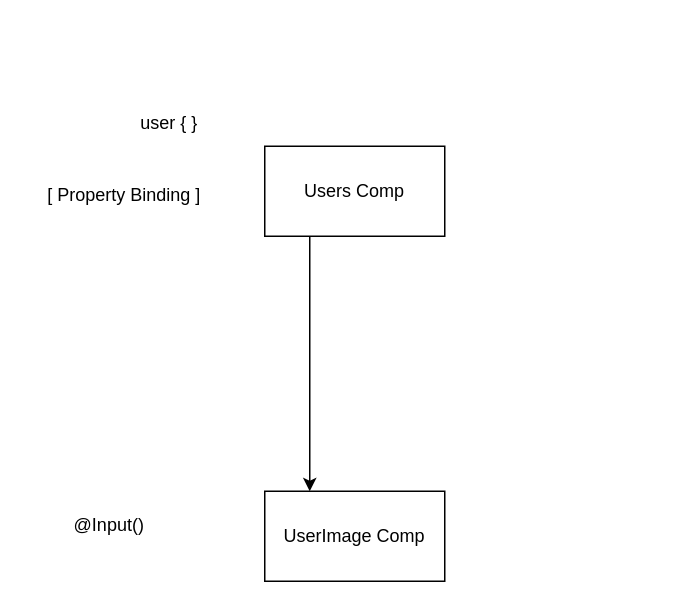
Before: page "Page-4" (4 of 4) of refs/ng-diagrams.drawio in synergy2411/dec-24-ng, a draw.io diagram. Source tidied: cells renumbered, new cells numbered last; positions are measured from the earlier drawing's top-left corner, leaving out a move shared by most shapes. Both pictures are drawn from the tidied source at 150%, with x=0, y=0 at pixel (26, 100).
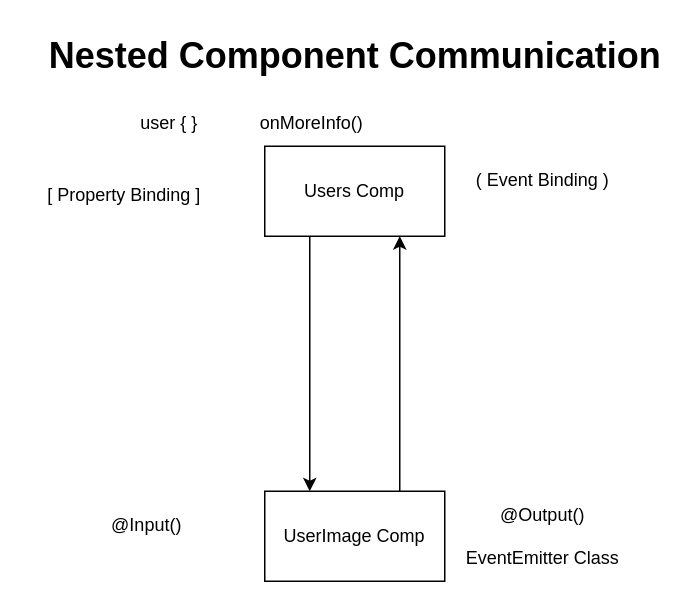
After the change.

The edit, as a diff of the source:
```diff
@@
 <mxGraphModel>
   <root>
     <mxCell id="0" />
     <mxCell id="1" parent="0" />
     <mxCell id="2" style="edgeStyle=orthogonalEdgeStyle;rounded=0;jettySize=auto;html=1;exitX=0.25;exitY=1;exitDx=0;exitDy=0;entryX=0.25;entryY=0;entryDx=0;entryDy=0;" parent="1" edge="1" source="3" target="4">
       <mxGeometry relative="1" as="geometry" />
     </mxCell>
     <mxCell id="3" value="Users Comp" style="rounded=0;whiteSpace=wrap;html=1;" parent="1" vertex="1">
       <mxGeometry x="159" y="30" width="120" height="60" as="geometry" />
     </mxCell>
+    <mxCell id="8" style="edgeStyle=orthogonalEdgeStyle;rounded=0;jettySize=auto;html=1;exitX=0.75;exitY=0;exitDx=0;exitDy=0;entryX=0.75;entryY=1;entryDx=0;entryDy=0;" parent="1" edge="1" source="4" target="3">
+      <mxGeometry relative="1" as="geometry" />
+    </mxCell>
     <mxCell id="4" value="UserImage Comp" style="rounded=0;whiteSpace=wrap;html=1;" parent="1" vertex="1">
       <mxGeometry x="159" y="260" width="120" height="60" as="geometry" />
     </mxCell>
     <mxCell id="5" value="user { }" style="text;html=1;align=center;verticalAlign=middle;strokeColor=none;fillColor=none;" parent="1" vertex="1">
       <mxGeometry x="65" width="60" height="30" as="geometry" />
     </mxCell>
     <mxCell id="6" value="[ Property Binding ]" style="text;html=1;align=center;verticalAlign=middle;strokeColor=none;fillColor=none;" parent="1" vertex="1">
       <mxGeometry y="48" width="130" height="30" as="geometry" />
     </mxCell>
     <mxCell id="7" value="@Input()" style="text;html=1;align=center;verticalAlign=middle;strokeColor=none;fillColor=none;" parent="1" vertex="1">
-      <mxGeometry x="20" y="268" width="70" height="30" as="geometry" />
+      <mxGeometry x="45" y="268" width="70" height="30" as="geometry" />
     </mxCell>
+    <mxCell id="9" value="@Output()&lt;div&gt;&lt;br&gt;&lt;/div&gt;&lt;div&gt;EventEmitter Class&lt;/div&gt;" style="text;html=1;align=center;verticalAlign=middle;strokeColor=none;fillColor=none;" parent="1" vertex="1">
+      <mxGeometry x="279" y="260" width="130" height="60" as="geometry" />
+    </mxCell>
+    <mxCell id="10" value="( Event Binding )" style="text;html=1;align=center;verticalAlign=middle;strokeColor=none;fillColor=none;" parent="1" vertex="1">
+      <mxGeometry x="289" y="38" width="110" height="30" as="geometry" />
+    </mxCell>
+    <mxCell id="11" value="onMoreInfo()" style="text;html=1;align=center;verticalAlign=middle;strokeColor=none;fillColor=none;" parent="1" vertex="1">
+      <mxGeometry x="145" width="90" height="30" as="geometry" />
+    </mxCell>
+    <mxCell id="12" value="Nested Component Communication" style="text;strokeColor=none;fillColor=none;html=1;fontSize=24;fontStyle=1;verticalAlign=middle;align=center;" parent="1" vertex="1">
+      <mxGeometry x="169" y="-50" width="100" height="40" as="geometry" />
+    </mxCell>
   </root>
 </mxGraphModel>
```
